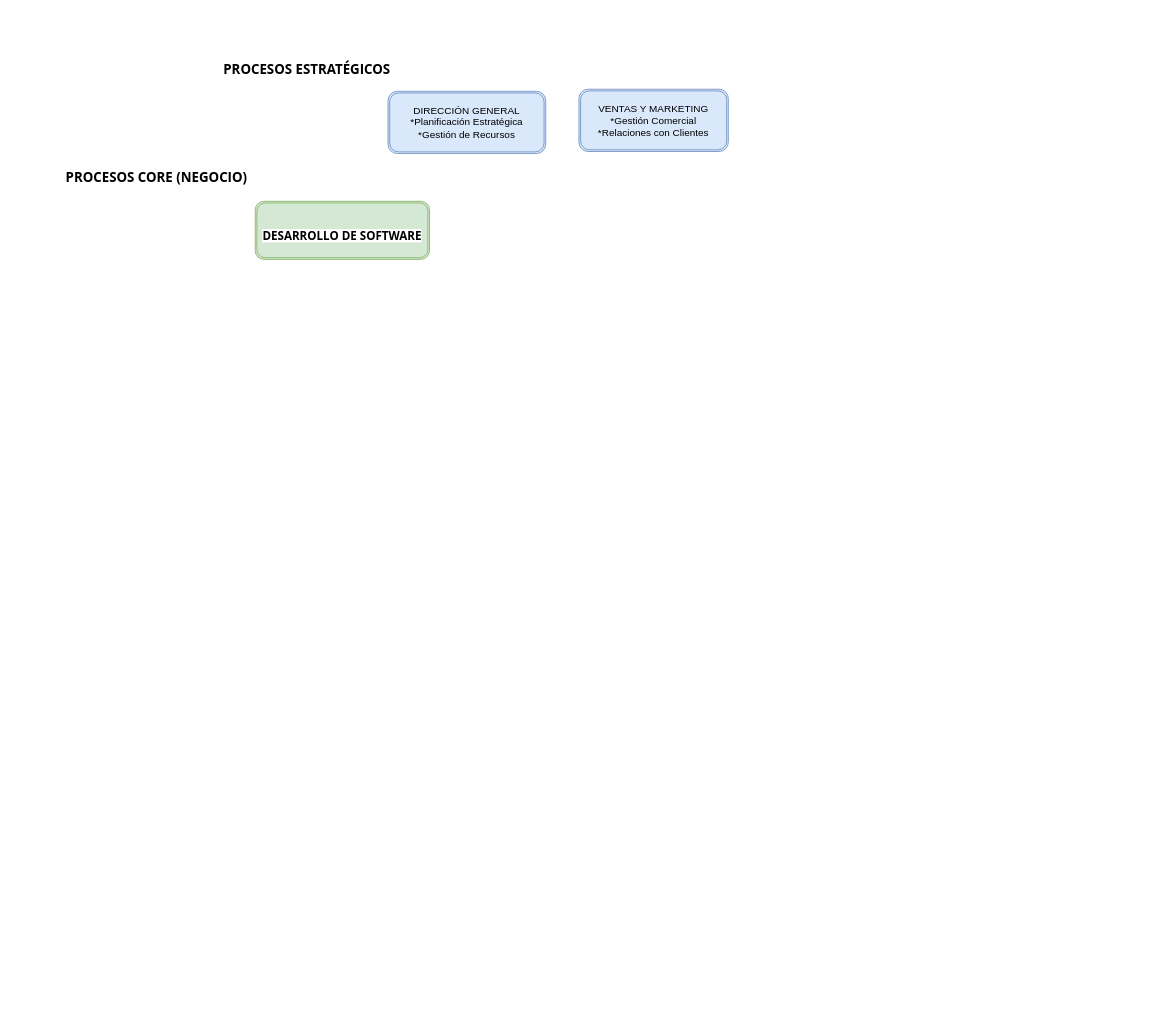
BryanG12/diagrama keeps this draw.io diagram as Diagrama sin título.drawio. Above is the earlier version. Source tidied: cells renumbered, new cells numbered last; positions are measured from the earlier drawing's top-left corner, leaving out a move shared by most shapes. Both pictures are drawn from the tidied source at 83%, with x=0, y=0 at pixel (64, 56).
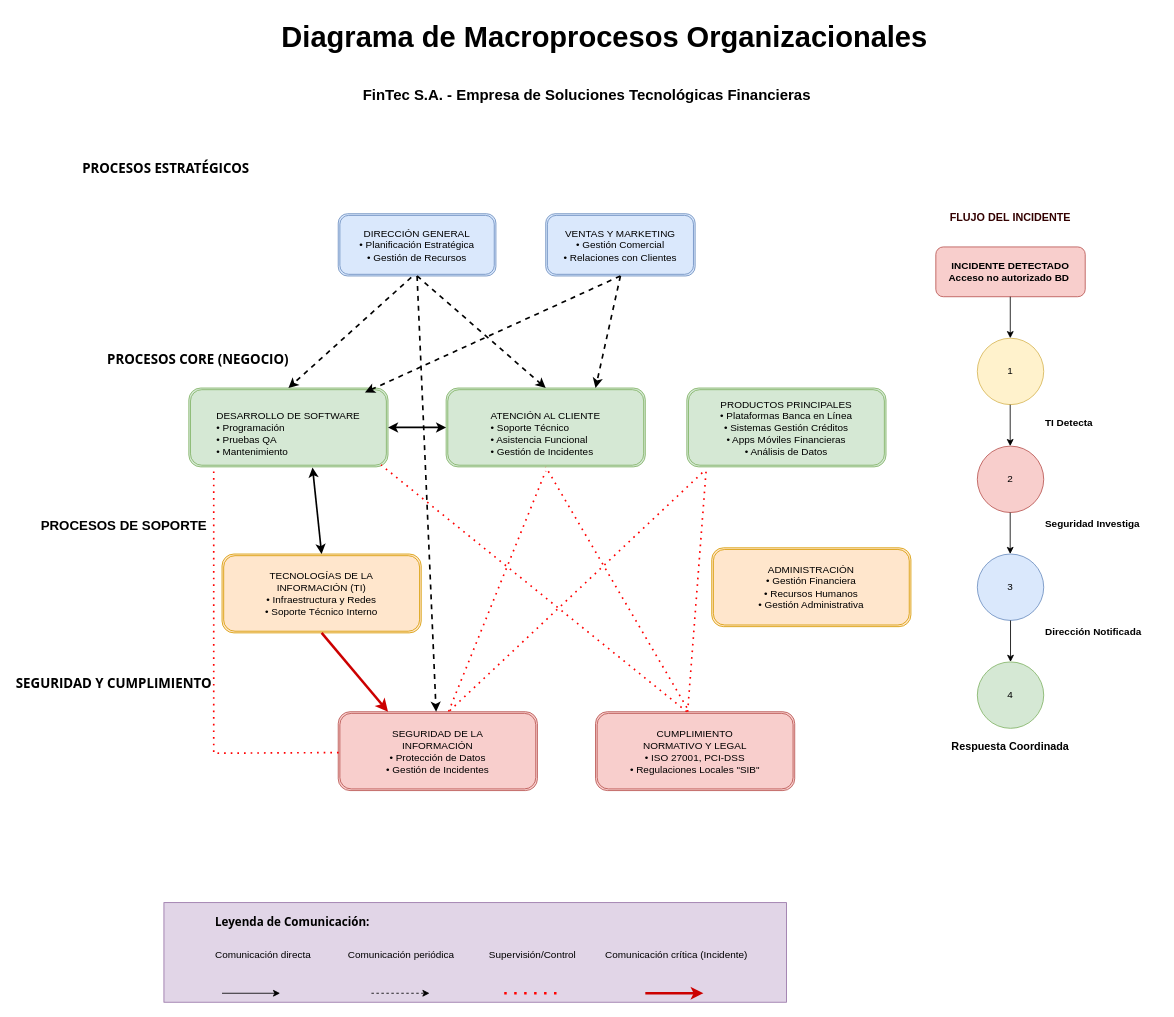
The same diagram, later.

What changed in the source:
```diff
@@
-    <mxCell id="2" value="&lt;div&gt;DIRECCIÓN GENERAL&lt;/div&gt;&lt;div&gt;*Planificación Estratégica&lt;/div&gt;&lt;div&gt;*Gestión de Recursos&lt;/div&gt;" style="shape=ext;double=1;rounded=1;whiteSpace=wrap;html=1;fillColor=#dae8fc;strokeColor=#6c8ebf;" parent="1" vertex="1">
-      <mxGeometry x="390" y="42.5" width="190" height="75" as="geometry" />
+    <mxCell id="2" value="&lt;div&gt;DIRECCIÓN GENERAL&lt;/div&gt;&lt;div&gt;• Planificación Estratégica&lt;/div&gt;&lt;div&gt;• Gestión de Recursos&lt;/div&gt;" style="shape=ext;double=1;rounded=1;whiteSpace=wrap;html=1;fillColor=#dae8fc;strokeColor=#6c8ebf;" parent="1" vertex="1">
+      <mxGeometry x="330" y="190" width="190" height="75" as="geometry" />
     </mxCell>
-    <mxCell id="3" value="&lt;div&gt;VENTAS Y MARKETING&lt;/div&gt;&lt;div&gt;*Gestión Comercial&lt;/div&gt;&lt;div&gt;*Relaciones con Clientes&lt;/div&gt;" style="shape=ext;double=1;rounded=1;whiteSpace=wrap;html=1;fillColor=#dae8fc;strokeColor=#6c8ebf;" parent="1" vertex="1">
-      <mxGeometry x="620" y="40" width="180" height="75" as="geometry" />
+    <mxCell id="3" value="&lt;div&gt;VENTAS Y MARKETING&lt;/div&gt;&lt;div&gt;• Gestión Comercial&lt;/div&gt;&lt;div&gt;• Relaciones con Clientes&lt;/div&gt;" style="shape=ext;double=1;rounded=1;whiteSpace=wrap;html=1;fillColor=#dae8fc;strokeColor=#6c8ebf;" parent="1" vertex="1">
+      <mxGeometry x="580" y="190" width="180" height="75" as="geometry" />
     </mxCell>
-    <mxCell id="4" value="&lt;br&gt;&lt;div style=&quot;text-align: start;&quot;&gt;&lt;span style=&quot;color: light-dark(rgb(0, 0, 0), rgb(255, 255, 255)); font-size: 14px; text-wrap-mode: nowrap; background-color: rgb(255, 255, 255);&quot;&gt;&lt;font face=&quot;Segoe UI, Arial, sans-serif&quot;&gt;&lt;b&gt;DESARROLLO DE SOFTWARE&lt;/b&gt;&lt;/font&gt;&lt;/span&gt;&lt;/div&gt;" style="shape=ext;double=1;rounded=1;whiteSpace=wrap;html=1;fillColor=#d5e8d4;strokeColor=#82b366;" parent="1" vertex="1">
-      <mxGeometry x="230" y="175" width="210" height="70" as="geometry" />
+    <mxCell id="4" value="&lt;br&gt;&lt;div style=&quot;text-align: start;&quot;&gt;&lt;div&gt;DESARROLLO DE SOFTWARE&lt;/div&gt;&lt;div&gt;• Programación&lt;/div&gt;&lt;div&gt;• Pruebas QA&lt;/div&gt;&lt;div&gt;• Mantenimiento&lt;/div&gt;&lt;/div&gt;" style="shape=ext;double=1;rounded=1;whiteSpace=wrap;html=1;fillColor=#d5e8d4;strokeColor=#82b366;" parent="1" vertex="1">
+      <mxGeometry x="150" y="400" width="240" height="95" as="geometry" />
     </mxCell>
-    <mxCell id="5" value="&lt;span style=&quot;color: rgb(0, 0, 0); font-family: &amp;quot;Segoe UI&amp;quot;, Arial, sans-serif; font-size: 16px; font-style: normal; font-variant-ligatures: normal; font-variant-caps: normal; font-weight: 700; letter-spacing: normal; orphans: 2; text-align: start; text-indent: 0px; text-transform: none; widows: 2; word-spacing: 0px; -webkit-text-stroke-width: 0px; white-space: nowrap; background-color: rgb(255, 255, 255); text-decoration-thickness: initial; text-decoration-style: initial; text-decoration-color: initial; display: inline !important; float: none;&quot;&gt;PROCESOS ESTRATÉGICOS&lt;/span&gt;" style="text;whiteSpace=wrap;html=1;" parent="1" vertex="1">
-      <mxGeometry x="190" width="230" height="40" as="geometry" />
+    <mxCell id="5" value="&lt;span style=&quot;color: rgb(0, 0, 0); font-family: &amp;quot;Segoe UI&amp;quot;, Arial, sans-serif; font-style: normal; font-variant-ligatures: normal; font-variant-caps: normal; font-weight: 700; letter-spacing: normal; orphans: 2; text-align: start; text-indent: 0px; text-transform: none; widows: 2; word-spacing: 0px; -webkit-text-stroke-width: 0px; white-space: nowrap; background-color: rgb(255, 255, 255); text-decoration-thickness: initial; text-decoration-style: initial; text-decoration-color: initial; float: none; display: inline !important;&quot;&gt;PROCESOS ESTRATÉGICOS&lt;/span&gt;" style="text;whiteSpace=wrap;html=1;fontSize=16;" parent="1" vertex="1">
+      <mxGeometry x="20" y="120" width="230" height="40" as="geometry" />
     </mxCell>
     <mxCell id="6" value="&lt;span style=&quot;color: rgb(0, 0, 0); font-family: &amp;quot;Segoe UI&amp;quot;, Arial, sans-serif; font-size: 16px; font-style: normal; font-variant-ligatures: normal; font-variant-caps: normal; font-weight: 700; letter-spacing: normal; orphans: 2; text-align: start; text-indent: 0px; text-transform: none; widows: 2; word-spacing: 0px; -webkit-text-stroke-width: 0px; white-space: nowrap; background-color: rgb(255, 255, 255); text-decoration-thickness: initial; text-decoration-style: initial; text-decoration-color: initial; display: inline !important; float: none;&quot;&gt;PROCESOS CORE (NEGOCIO)&lt;/span&gt;" style="text;whiteSpace=wrap;html=1;" parent="1" vertex="1">
-      <mxGeometry y="130" width="250" height="40" as="geometry" />
+      <mxGeometry x="50" y="350" width="250" height="40" as="geometry" />
     </mxCell>
+    <mxCell id="7" value="&lt;br&gt;&lt;div style=&quot;text-align: start;&quot;&gt;&lt;div&gt;ATENCIÓN AL CLIENTE&lt;/div&gt;&lt;div&gt;• Soporte Técnico&lt;/div&gt;&lt;div&gt;• Asistencia Funcional&lt;/div&gt;&lt;div&gt;• Gestión de Incidentes&lt;/div&gt;&lt;/div&gt;" style="shape=ext;double=1;rounded=1;whiteSpace=wrap;html=1;fillColor=#d5e8d4;strokeColor=#82b366;" parent="1" vertex="1">
+      <mxGeometry x="460" y="400" width="240" height="95" as="geometry" />
+    </mxCell>
+    <mxCell id="8" value="&lt;div&gt;PRODUCTOS PRINCIPALES&lt;/div&gt;&lt;div&gt;• Plataformas Banca en Línea&lt;/div&gt;&lt;div&gt;• Sistemas Gestión Créditos&lt;/div&gt;&lt;div&gt;• Apps Móviles Financieras&lt;/div&gt;&lt;div&gt;• Análisis de Datos&lt;/div&gt;" style="shape=ext;double=1;rounded=1;whiteSpace=wrap;html=1;fillColor=#d5e8d4;strokeColor=#82b366;" parent="1" vertex="1">
+      <mxGeometry x="750" y="400" width="240" height="95" as="geometry" />
+    </mxCell>
+    <mxCell id="9" style="endArrow=classic;html=1;rounded=0;exitX=0.463;exitY=1.023;exitDx=0;exitDy=0;exitPerimeter=0;entryX=0.5;entryY=0;entryDx=0;entryDy=0;dashed=1;strokeWidth=2;" parent="1" edge="1" source="2" target="4">
+      <mxGeometry relative="1" as="geometry" />
+    </mxCell>
+    <mxCell id="10" style="endArrow=classic;html=1;rounded=0;exitX=0.5;exitY=1;exitDx=0;exitDy=0;entryX=0.75;entryY=0;entryDx=0;entryDy=0;dashed=1;strokeWidth=2;" parent="1" edge="1" source="3" target="7">
+      <mxGeometry relative="1" as="geometry" />
+    </mxCell>
+    <mxCell id="11" style="endArrow=classic;html=1;rounded=0;exitX=0.5;exitY=1;exitDx=0;exitDy=0;dashed=1;entryX=0.5;entryY=0;entryDx=0;entryDy=0;strokeWidth=2;" parent="1" edge="1" source="2" target="7">
+      <mxGeometry relative="1" as="geometry" />
+    </mxCell>
+    <mxCell id="12" value="&lt;div&gt;TECNOLOGÍAS DE LA&lt;/div&gt;&lt;div&gt;INFORMACIÓN (TI)&lt;/div&gt;&lt;div&gt;• Infraestructura y Redes&lt;/div&gt;&lt;div&gt;• Soporte Técnico Interno&lt;/div&gt;" style="shape=ext;double=1;rounded=1;whiteSpace=wrap;html=1;fillColor=#ffe6cc;strokeColor=#d79b00;" parent="1" vertex="1">
+      <mxGeometry x="190" y="600" width="240" height="95" as="geometry" />
+    </mxCell>
+    <mxCell id="13" value="&lt;div&gt;ADMINISTRACIÓN&lt;/div&gt;&lt;div&gt;• Gestión Financiera&lt;/div&gt;&lt;div&gt;• Recursos Humanos&lt;/div&gt;&lt;div&gt;• Gestión Administrativa&lt;/div&gt;" style="shape=ext;double=1;rounded=1;whiteSpace=wrap;html=1;fillColor=#ffe6cc;strokeColor=#d79b00;" parent="1" vertex="1">
+      <mxGeometry x="780" y="592.5" width="240" height="95" as="geometry" />
+    </mxCell>
+    <mxCell id="14" value="&lt;div&gt;SEGURIDAD DE LA&lt;/div&gt;&lt;div&gt;INFORMACIÓN&lt;/div&gt;&lt;div&gt;• Protección de Datos&lt;/div&gt;&lt;div&gt;• Gestión de Incidentes&lt;/div&gt;" style="shape=ext;double=1;rounded=1;whiteSpace=wrap;html=1;fillColor=#f8cecc;strokeColor=#b85450;" parent="1" vertex="1">
+      <mxGeometry x="330" y="790" width="240" height="95" as="geometry" />
+    </mxCell>
+    <mxCell id="15" value="&lt;div&gt;CUMPLIMIENTO&lt;/div&gt;&lt;div&gt;NORMATIVO Y LEGAL&lt;/div&gt;&lt;div&gt;• ISO 27001, PCI-DSS&lt;/div&gt;&lt;div&gt;• Regulaciones Locales &quot;SIB&quot;&lt;/div&gt;" style="shape=ext;double=1;rounded=1;whiteSpace=wrap;html=1;fillColor=#f8cecc;strokeColor=#b85450;" parent="1" vertex="1">
+      <mxGeometry x="640" y="790" width="240" height="95" as="geometry" />
+    </mxCell>
+    <mxCell id="16" style="endArrow=classic;html=1;rounded=0;entryX=0.25;entryY=0;entryDx=0;entryDy=0;exitX=0.5;exitY=1;exitDx=0;exitDy=0;strokeWidth=3;strokeColor=#CC0000;" parent="1" edge="1" source="12" target="14">
+      <mxGeometry relative="1" as="geometry" />
+    </mxCell>
+    <mxCell id="17" style="edgeStyle=orthogonalEdgeStyle;rounded=0;orthogonalLoop=1;jettySize=auto;html=1;exitX=0.5;exitY=1;exitDx=0;exitDy=0;" parent="1" edge="1" source="5" target="5">
+      <mxGeometry relative="1" as="geometry" />
+    </mxCell>
+    <mxCell id="18" style="endArrow=classic;startArrow=classic;html=1;rounded=0;entryX=0.621;entryY=1.008;entryDx=0;entryDy=0;strokeWidth=2;entryPerimeter=0;exitX=0.5;exitY=0;exitDx=0;exitDy=0;" parent="1" edge="1" source="12" target="4">
+      <mxGeometry relative="1" as="geometry" />
+    </mxCell>
+    <mxCell id="19" style="endArrow=classic;startArrow=classic;html=1;rounded=0;entryX=0;entryY=0.5;entryDx=0;entryDy=0;exitX=1;exitY=0.5;exitDx=0;exitDy=0;strokeWidth=2;" parent="1" edge="1" source="4" target="7">
+      <mxGeometry relative="1" as="geometry" />
+    </mxCell>
+    <mxCell id="20" value="2" style="ellipse;whiteSpace=wrap;html=1;fillColor=#f8cecc;strokeColor=#b85450;" parent="1" vertex="1">
+      <mxGeometry x="1100" y="470" width="80" height="80" as="geometry" />
+    </mxCell>
+    <mxCell id="21" value="1" style="ellipse;whiteSpace=wrap;html=1;fillColor=#fff2cc;strokeColor=#d6b656;" parent="1" vertex="1">
+      <mxGeometry x="1100" y="340" width="80" height="80" as="geometry" />
+    </mxCell>
+    <mxCell id="22" value="3" style="ellipse;whiteSpace=wrap;html=1;fillColor=#dae8fc;strokeColor=#6c8ebf;" parent="1" vertex="1">
+      <mxGeometry x="1100" y="600" width="80" height="80" as="geometry" />
+    </mxCell>
+    <mxCell id="23" value="4" style="ellipse;whiteSpace=wrap;html=1;fillColor=#d5e8d4;strokeColor=#82b366;" parent="1" vertex="1">
+      <mxGeometry x="1100" y="730" width="80" height="80" as="geometry" />
+    </mxCell>
+    <mxCell id="24" style="endArrow=classic;html=1;rounded=0;entryX=0.5;entryY=0;entryDx=0;entryDy=0;exitX=0.5;exitY=1;exitDx=0;exitDy=0;" parent="1" edge="1" source="22" target="23">
+      <mxGeometry relative="1" as="geometry" />
+    </mxCell>
+    <mxCell id="25" style="endArrow=classic;html=1;rounded=0;entryX=0.5;entryY=0;entryDx=0;entryDy=0;exitX=0.5;exitY=1;exitDx=0;exitDy=0;" parent="1" edge="1">
+      <mxGeometry relative="1" as="geometry">
+        <mxPoint x="1139.6" y="550" as="sourcePoint" />
+        <mxPoint x="1139.6" y="600" as="targetPoint" />
+      </mxGeometry>
+    </mxCell>
+    <mxCell id="26" style="endArrow=classic;html=1;rounded=0;entryX=0.5;entryY=0;entryDx=0;entryDy=0;exitX=0.5;exitY=1;exitDx=0;exitDy=0;" parent="1" edge="1">
+      <mxGeometry relative="1" as="geometry">
+        <mxPoint x="1139.6" y="420" as="sourcePoint" />
+        <mxPoint x="1139.6" y="470" as="targetPoint" />
+      </mxGeometry>
+    </mxCell>
+    <mxCell id="27" value="&lt;div&gt;INCIDENTE DETECTADO&lt;/div&gt;&lt;div&gt;Acceso no autorizado BD&amp;nbsp;&lt;/div&gt;" style="rounded=1;whiteSpace=wrap;html=1;fillColor=#f8cecc;strokeColor=#b85450;fontStyle=1;" parent="1" vertex="1">
+      <mxGeometry x="1050" y="230" width="180" height="60" as="geometry" />
+    </mxCell>
+    <mxCell id="28" value="FLUJO DEL INCIDENTE" style="text;whiteSpace=wrap;align=center;fontColor=#330000;fontStyle=1;fontSize=13;" parent="1" vertex="1">
+      <mxGeometry x="1055" y="180" width="170" height="40" as="geometry" />
+    </mxCell>
+    <mxCell id="29" value="TI Detecta" style="text;whiteSpace=wrap;fontStyle=1;" parent="1" vertex="1">
+      <mxGeometry x="1180" y="427.5" width="70" height="40" as="geometry" />
+    </mxCell>
+    <mxCell id="30" value="Seguridad Investiga" style="text;whiteSpace=wrap;fontStyle=1;" parent="1" vertex="1">
+      <mxGeometry x="1180" y="550" width="120" height="40" as="geometry" />
+    </mxCell>
+    <mxCell id="31" value="Dirección Notificada" style="text;whiteSpace=wrap;fontStyle=1;" parent="1" vertex="1">
+      <mxGeometry x="1180" y="680" width="140" height="40" as="geometry" />
+    </mxCell>
+    <mxCell id="32" value="Respuesta Coordinada" style="text;whiteSpace=wrap;align=center;fontStyle=1;fontSize=13;" parent="1" vertex="1">
+      <mxGeometry x="1060" y="817.5" width="160" height="40" as="geometry" />
+    </mxCell>
+    <mxCell id="33" style="endArrow=classic;html=1;rounded=0;entryX=0.5;entryY=0;entryDx=0;entryDy=0;exitX=0.5;exitY=1;exitDx=0;exitDy=0;" parent="1" edge="1">
+      <mxGeometry relative="1" as="geometry">
+        <mxPoint x="1139.7" y="290" as="sourcePoint" />
+        <mxPoint x="1139.7" y="340" as="targetPoint" />
+      </mxGeometry>
+    </mxCell>
+    <mxCell id="34" value="Diagrama de Macroprocesos Organizacionales" style="text;whiteSpace=wrap;fontSize=35;fontStyle=1;" parent="1" vertex="1">
+      <mxGeometry x="260" y="-50" width="800" height="40" as="geometry" />
+    </mxCell>
+    <mxCell id="35" value="PROCESOS DE SOPORTE" style="text;whiteSpace=wrap;fontStyle=1;fontSize=16;html=1;" parent="1" vertex="1">
+      <mxGeometry x="-30" y="550" width="220" height="40" as="geometry" />
+    </mxCell>
+    <mxCell id="36" value="&lt;span style=&quot;color: rgb(0, 0, 0); font-family: &amp;quot;Segoe UI&amp;quot;, Arial, sans-serif; font-size: 16px; font-style: normal; font-variant-ligatures: normal; font-variant-caps: normal; font-weight: 700; letter-spacing: normal; orphans: 2; text-align: start; text-indent: 0px; text-transform: none; widows: 2; word-spacing: 0px; -webkit-text-stroke-width: 0px; white-space: nowrap; background-color: rgb(255, 255, 255); text-decoration-thickness: initial; text-decoration-style: initial; text-decoration-color: initial; display: inline !important; float: none;&quot;&gt;SEGURIDAD Y CUMPLIMIENTO&lt;/span&gt;" style="text;whiteSpace=wrap;html=1;" parent="1" vertex="1">
+      <mxGeometry x="-60" y="740" width="260" height="40" as="geometry" />
+    </mxCell>
+    <mxCell id="37" style="endArrow=none;dashed=1;html=1;dashPattern=1 3;strokeWidth=2;rounded=0;entryX=0.5;entryY=1;entryDx=0;entryDy=0;strokeColor=#FF0000;" parent="1" edge="1" target="7">
+      <mxGeometry relative="1" as="geometry">
+        <mxPoint x="750" y="785" as="sourcePoint" />
+      </mxGeometry>
+    </mxCell>
+    <mxCell id="38" style="endArrow=none;dashed=1;html=1;dashPattern=1 3;strokeWidth=2;rounded=0;strokeColor=#FF0000;exitX=0.554;exitY=-0.003;exitDx=0;exitDy=0;exitPerimeter=0;" parent="1" edge="1" source="14">
+      <mxGeometry relative="1" as="geometry">
+        <mxPoint x="580" y="500" as="targetPoint" />
+      </mxGeometry>
+    </mxCell>
+    <mxCell id="39" style="endArrow=none;dashed=1;html=1;dashPattern=1 3;strokeWidth=2;rounded=0;entryX=0.098;entryY=1.009;entryDx=0;entryDy=0;fontColor=#FF0000;fontSize=18;strokeColor=#FF0000;entryPerimeter=0;" parent="1" edge="1" target="8">
+      <mxGeometry relative="1" as="geometry">
+        <mxPoint x="751" y="790" as="sourcePoint" />
+      </mxGeometry>
+    </mxCell>
+    <mxCell id="40" style="endArrow=none;dashed=1;html=1;dashPattern=1 3;strokeWidth=2;rounded=0;entryX=0.965;entryY=0.975;entryDx=0;entryDy=0;entryPerimeter=0;strokeColor=#FF0000;" parent="1" edge="1" target="4">
+      <mxGeometry relative="1" as="geometry">
+        <mxPoint x="750" y="790" as="sourcePoint" />
+      </mxGeometry>
+    </mxCell>
+    <mxCell id="41" style="endArrow=none;dashed=1;html=1;dashPattern=1 3;strokeWidth=2;rounded=0;exitX=0.002;exitY=0.518;exitDx=0;exitDy=0;entryX=0.125;entryY=0.998;entryDx=0;entryDy=0;strokeColor=#FF0000;entryPerimeter=0;exitPerimeter=0;" parent="1" edge="1" source="14" target="4">
+      <mxGeometry relative="1" as="geometry">
+        <Array as="points">
+          <mxPoint x="180" y="840" />
+        </Array>
+      </mxGeometry>
+    </mxCell>
+    <mxCell id="42" style="endArrow=none;dashed=1;html=1;dashPattern=1 3;strokeWidth=2;rounded=0;exitX=0.56;exitY=-0.014;exitDx=0;exitDy=0;exitPerimeter=0;entryX=0.09;entryY=1.045;entryDx=0;entryDy=0;fontColor=#FF0000;strokeColor=#FF0000;entryPerimeter=0;" parent="1" edge="1" source="14" target="8">
+      <mxGeometry relative="1" as="geometry" />
+    </mxCell>
+    <mxCell id="43" style="endArrow=classic;html=1;rounded=0;entryX=0.884;entryY=0.056;entryDx=0;entryDy=0;dashed=1;strokeWidth=2;entryPerimeter=0;exitX=0.5;exitY=1;exitDx=0;exitDy=0;" parent="1" edge="1" source="3" target="4">
+      <mxGeometry relative="1" as="geometry" />
+    </mxCell>
+    <mxCell id="44" style="endArrow=classic;html=1;rounded=0;exitX=0.5;exitY=1;exitDx=0;exitDy=0;dashed=1;strokeWidth=2;" parent="1" edge="1" source="2" target="14">
+      <mxGeometry relative="1" as="geometry" />
+    </mxCell>
+    <mxCell id="45" style="rounded=0;whiteSpace=wrap;html=1;fillColor=#e1d5e7;strokeColor=#9673a6;" parent="1" vertex="1">
+      <mxGeometry x="120" y="1020" width="750" height="120" as="geometry" />
+    </mxCell>
+    <mxCell id="46" value="&lt;span style=&quot;color: rgb(0, 0, 0); font-family: &amp;quot;Segoe UI&amp;quot;, Arial, sans-serif; font-size: 14px; font-style: normal; font-variant-ligatures: normal; font-variant-caps: normal; font-weight: 700; letter-spacing: normal; orphans: 2; text-align: start; text-indent: 0px; text-transform: none; widows: 2; word-spacing: 0px; -webkit-text-stroke-width: 0px; white-space: nowrap; text-decoration-thickness: initial; text-decoration-style: initial; text-decoration-color: initial; float: none; display: inline !important;&quot;&gt;Leyenda de Comunicación:&lt;/span&gt;" style="text;whiteSpace=wrap;html=1;" parent="1" vertex="1">
+      <mxGeometry x="180" y="1029.2" width="210" height="40" as="geometry" />
+    </mxCell>
+    <mxCell id="47" style="endArrow=classic;html=1;rounded=0;" parent="1" edge="1">
+      <mxGeometry relative="1" as="geometry">
+        <mxPoint x="190" y="1129.2" as="sourcePoint" />
+        <mxPoint x="260" y="1129.2" as="targetPoint" />
+      </mxGeometry>
+    </mxCell>
+    <mxCell id="48" value="Comunicación directa" style="text;whiteSpace=wrap;" parent="1" vertex="1">
+      <mxGeometry x="180" y="1069.2" width="150" height="40" as="geometry" />
+    </mxCell>
+    <mxCell id="49" value="Comunicación periódica" style="text;whiteSpace=wrap;" parent="1" vertex="1">
+      <mxGeometry x="340" y="1069.2" width="160" height="40" as="geometry" />
+    </mxCell>
+    <mxCell id="50" style="endArrow=classic;html=1;rounded=0;dashed=1;" parent="1" edge="1">
+      <mxGeometry relative="1" as="geometry">
+        <mxPoint x="370" y="1129.2" as="sourcePoint" />
+        <mxPoint x="440" y="1129.2" as="targetPoint" />
+      </mxGeometry>
+    </mxCell>
+    <mxCell id="51" value="Supervisión/Control" style="text;whiteSpace=wrap;" parent="1" vertex="1">
+      <mxGeometry x="510" y="1069.2" width="140" height="40" as="geometry" />
+    </mxCell>
+    <mxCell id="52" style="endArrow=none;dashed=1;html=1;dashPattern=1 3;strokeWidth=3;rounded=0;strokeColor=#FF0000;" parent="1" edge="1">
+      <mxGeometry relative="1" as="geometry">
+        <mxPoint x="530" y="1129.2" as="sourcePoint" />
+        <mxPoint x="600" y="1129.2" as="targetPoint" />
+      </mxGeometry>
+    </mxCell>
+    <mxCell id="53" value="Comunicación crítica (Incidente)" style="text;whiteSpace=wrap;" parent="1" vertex="1">
+      <mxGeometry x="650" y="1069.2" width="200" height="40" as="geometry" />
+    </mxCell>
+    <mxCell id="54" style="endArrow=classic;html=1;rounded=0;strokeColor=#CC0000;fontStyle=0;strokeWidth=3;" parent="1" edge="1">
+      <mxGeometry relative="1" as="geometry">
+        <mxPoint x="700" y="1129.2" as="sourcePoint" />
+        <mxPoint x="770" y="1129.2" as="targetPoint" />
+      </mxGeometry>
+    </mxCell>
+    <mxCell id="55" value="FinTec S.A. - Empresa de Soluciones Tecnológicas Financieras" style="text;whiteSpace=wrap;fontSize=18;fontStyle=1;" parent="1" vertex="1">
+      <mxGeometry x="357.5" y="30" width="625" height="40" as="geometry" />
+    </mxCell>
```
